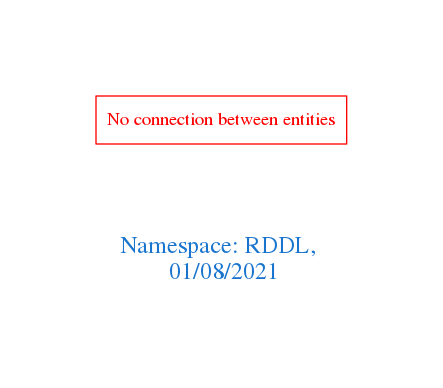
The Graphviz diagram downloads/RDDL.png in arago/OGIT, before a commit. Its source is kept beside it as downloads/RDDL.dot.
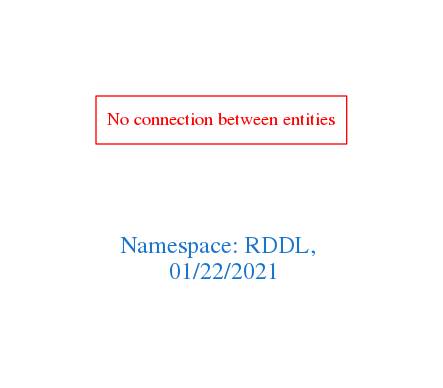
The same file after the commit.

What changed in the source:
```diff
@@ -1,7 +1,7 @@
 digraph OGIT_ontology {
  graph [ rankdir= LR,pad=1
 fontsize = 18,
-fontcolor= dodgerblue3,label = "\n\n\nNamespace: RDDL, \n 01/08/2021"];
+fontcolor= dodgerblue3,label = "\n\n\nNamespace: RDDL, \n 01/22/2021"];
 node[shape=polygon];
 edge [  color="gray81"];
 
```
